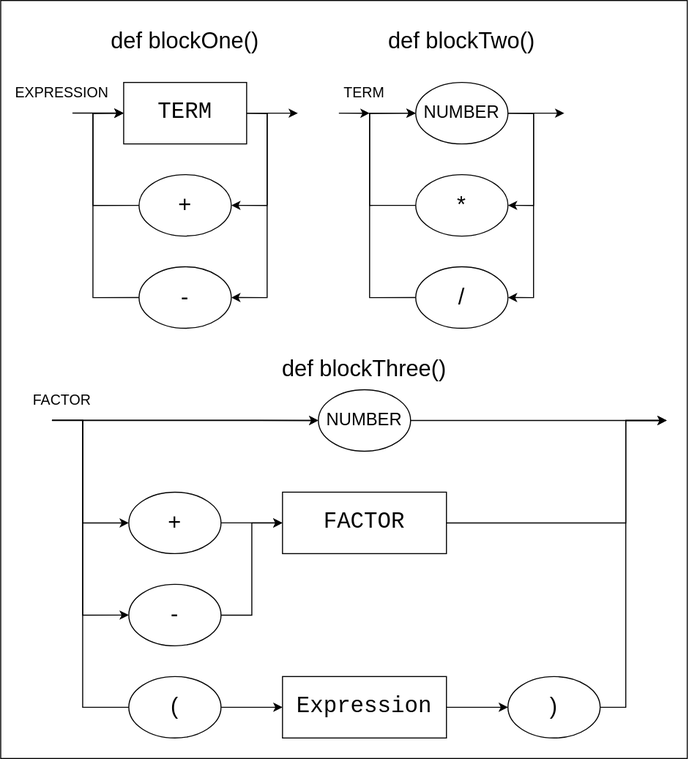
This is diagrama-sintatico.drawio.svg from HenryRocha/logcomp-compilador, a draw.io export, as it was before one commit. Source tidied: cells renumbered, new cells last; positions are measured from the earlier drawing's top-left corner, leaving out a move shared by most shapes.
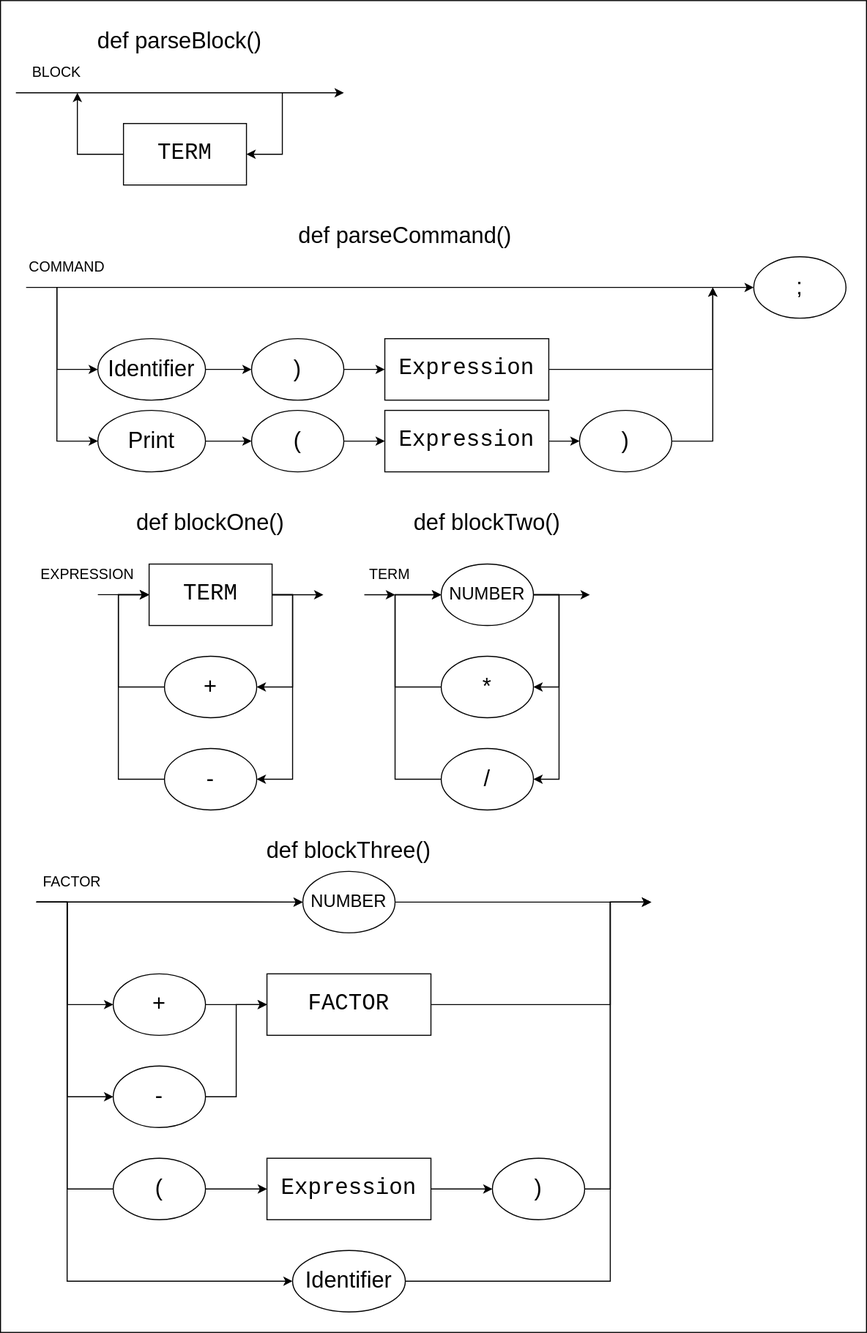
After the change.

Diff of the diagram source:
```diff
@@ -2,9 +2,9 @@
   <root>
     <mxCell id="0" />
     <mxCell id="1" parent="0" />
-    <mxCell id="2" style="rounded=0;whiteSpace=wrap;html=1;" parent="1" vertex="1">
-      <mxGeometry width="670" height="740" as="geometry" />
-    </mxCell>
+    <mxCell id="45" style="rounded=0;whiteSpace=wrap;html=1;" parent="1" vertex="1">
+      <mxGeometry x="-25" y="-470" width="845" height="1300" as="geometry" />
+    </mxCell>
     <mxCell id="3" style="edgeStyle=orthogonalEdgeStyle;rounded=0;jettySize=auto;html=1;entryX=1;entryY=0.5;entryDx=0;entryDy=0;exitX=1;exitY=0.5;exitDx=0;exitDy=0;" parent="1" edge="1" source="6" target="8">
       <mxGeometry relative="1" as="geometry" />
     </mxCell>
@@ -116,103 +116,229 @@
       <mxGeometry relative="1" as="geometry" />
     </mxCell>
     <mxCell id="25" value="&lt;font style=&quot;font-size: 22px&quot;&gt;+&lt;/font&gt;" style="ellipse;whiteSpace=wrap;html=1;" parent="1" vertex="1">
-      <mxGeometry x="125" y="480" width="90" height="60" as="geometry" />
+      <mxGeometry x="85" y="480" width="90" height="60" as="geometry" />
     </mxCell>
     <mxCell id="26" style="edgeStyle=orthogonalEdgeStyle;rounded=0;jettySize=auto;html=1;entryX=0;entryY=0.5;entryDx=0;entryDy=0;" parent="1" edge="1" source="27" target="33">
       <mxGeometry relative="1" as="geometry" />
     </mxCell>
     <mxCell id="27" value="&lt;font style=&quot;font-size: 22px&quot;&gt;-&lt;/font&gt;" style="ellipse;whiteSpace=wrap;html=1;" parent="1" vertex="1">
-      <mxGeometry x="125" y="570" width="90" height="60" as="geometry" />
+      <mxGeometry x="85" y="570" width="90" height="60" as="geometry" />
     </mxCell>
     <mxCell id="28" style="edgeStyle=orthogonalEdgeStyle;rounded=0;jettySize=auto;html=1;" parent="1" edge="1" source="29">
       <mxGeometry relative="1" as="geometry">
-        <mxPoint x="650" y="410" as="targetPoint" />
+        <mxPoint x="610" y="410" as="targetPoint" />
       </mxGeometry>
     </mxCell>
     <mxCell id="29" value="&lt;font style=&quot;font-size: 17px&quot;&gt;NUMBER&lt;/font&gt;" style="ellipse;whiteSpace=wrap;html=1;" parent="1" vertex="1">
-      <mxGeometry x="310" y="380" width="90" height="60" as="geometry" />
+      <mxGeometry x="270" y="380" width="90" height="60" as="geometry" />
     </mxCell>
     <mxCell id="30" style="edgeStyle=orthogonalEdgeStyle;rounded=0;jettySize=auto;html=1;entryX=0;entryY=0.5;entryDx=0;entryDy=0;" parent="1" edge="1" source="31" target="35">
       <mxGeometry relative="1" as="geometry" />
     </mxCell>
     <mxCell id="31" value="&lt;font style=&quot;font-size: 22px&quot;&gt;(&lt;/font&gt;" style="ellipse;whiteSpace=wrap;html=1;" parent="1" vertex="1">
-      <mxGeometry x="125" y="660" width="90" height="60" as="geometry" />
+      <mxGeometry x="85" y="660" width="90" height="60" as="geometry" />
     </mxCell>
     <mxCell id="32" style="edgeStyle=orthogonalEdgeStyle;rounded=0;jettySize=auto;html=1;" parent="1" edge="1" source="33">
       <mxGeometry relative="1" as="geometry">
-        <mxPoint x="650" y="410" as="targetPoint" />
+        <mxPoint x="610" y="410" as="targetPoint" />
         <Array as="points">
-          <mxPoint x="610" y="510" />
-          <mxPoint x="610" y="410" />
+          <mxPoint x="570" y="510" />
+          <mxPoint x="570" y="410" />
         </Array>
       </mxGeometry>
     </mxCell>
     <mxCell id="33" value="&lt;font face=&quot;Courier New&quot; style=&quot;font-size: 22px&quot;&gt;FACTOR&lt;/font&gt;" style="rounded=0;whiteSpace=wrap;html=1;" parent="1" vertex="1">
-      <mxGeometry x="275" y="480" width="160" height="60" as="geometry" />
+      <mxGeometry x="235" y="480" width="160" height="60" as="geometry" />
     </mxCell>
     <mxCell id="34" style="edgeStyle=orthogonalEdgeStyle;rounded=0;jettySize=auto;html=1;entryX=0;entryY=0.5;entryDx=0;entryDy=0;" parent="1" edge="1" source="35" target="37">
       <mxGeometry relative="1" as="geometry" />
     </mxCell>
     <mxCell id="35" value="&lt;font face=&quot;Courier New&quot; style=&quot;font-size: 22px&quot;&gt;Expression&lt;/font&gt;" style="rounded=0;whiteSpace=wrap;html=1;" parent="1" vertex="1">
-      <mxGeometry x="275" y="660" width="160" height="60" as="geometry" />
+      <mxGeometry x="235" y="660" width="160" height="60" as="geometry" />
     </mxCell>
     <mxCell id="36" style="edgeStyle=orthogonalEdgeStyle;rounded=0;jettySize=auto;html=1;" parent="1" edge="1" source="37">
       <mxGeometry relative="1" as="geometry">
-        <mxPoint x="650" y="410" as="targetPoint" />
+        <mxPoint x="610" y="410" as="targetPoint" />
         <Array as="points">
-          <mxPoint x="610" y="690" />
-          <mxPoint x="610" y="410" />
+          <mxPoint x="570" y="690" />
+          <mxPoint x="570" y="410" />
         </Array>
       </mxGeometry>
     </mxCell>
     <mxCell id="37" value="&lt;font style=&quot;font-size: 22px&quot;&gt;)&lt;/font&gt;" style="ellipse;whiteSpace=wrap;html=1;" parent="1" vertex="1">
-      <mxGeometry x="495" y="660" width="90" height="60" as="geometry" />
+      <mxGeometry x="455" y="660" width="90" height="60" as="geometry" />
     </mxCell>
     <mxCell id="38" style="edgeStyle=orthogonalEdgeStyle;rounded=0;jettySize=auto;html=1;entryX=0;entryY=0.5;entryDx=0;entryDy=0;exitX=0;exitY=0.5;exitDx=0;exitDy=0;" parent="1" edge="1" target="29">
       <mxGeometry relative="1" as="geometry">
-        <mxPoint x="125" y="690" as="sourcePoint" />
+        <mxPoint x="85" y="690" as="sourcePoint" />
         <Array as="points">
-          <mxPoint x="80" y="690" />
-          <mxPoint x="80" y="410" />
+          <mxPoint x="40" y="690" />
+          <mxPoint x="40" y="410" />
         </Array>
       </mxGeometry>
     </mxCell>
     <mxCell id="39" style="edgeStyle=orthogonalEdgeStyle;rounded=0;orthogonalLoop=1;jettySize=auto;html=1;" parent="1" edge="1">
       <mxGeometry relative="1" as="geometry">
-        <mxPoint x="50" y="409.8" as="sourcePoint" />
-        <mxPoint x="310" y="410" as="targetPoint" />
+        <mxPoint x="10" y="409.8" as="sourcePoint" />
+        <mxPoint x="270" y="410" as="targetPoint" />
         <Array as="points">
-          <mxPoint x="250" y="410" />
-          <mxPoint x="250" y="410" />
+          <mxPoint x="210" y="410" />
+          <mxPoint x="210" y="410" />
         </Array>
       </mxGeometry>
     </mxCell>
     <mxCell id="40" style="edgeStyle=orthogonalEdgeStyle;rounded=0;jettySize=auto;html=1;entryX=0;entryY=0.5;entryDx=0;entryDy=0;" parent="1" edge="1" target="25">
       <mxGeometry relative="1" as="geometry">
-        <mxPoint x="50" y="409.8" as="sourcePoint" />
+        <mxPoint x="10" y="409.8" as="sourcePoint" />
         <Array as="points">
-          <mxPoint x="80" y="410" />
-          <mxPoint x="80" y="510" />
+          <mxPoint x="40" y="410" />
+          <mxPoint x="40" y="510" />
         </Array>
       </mxGeometry>
     </mxCell>
     <mxCell id="41" style="edgeStyle=orthogonalEdgeStyle;rounded=0;jettySize=auto;html=1;entryX=0;entryY=0.5;entryDx=0;entryDy=0;" parent="1" edge="1" target="27">
       <mxGeometry relative="1" as="geometry">
-        <mxPoint x="50" y="410" as="sourcePoint" />
+        <mxPoint x="10" y="410" as="sourcePoint" />
         <Array as="points">
-          <mxPoint x="80" y="410" />
-          <mxPoint x="80" y="600" />
+          <mxPoint x="40" y="410" />
+          <mxPoint x="40" y="600" />
         </Array>
       </mxGeometry>
     </mxCell>
     <mxCell id="42" value="&lt;font style=&quot;font-size: 14px&quot;&gt;FACTOR&lt;/font&gt;" style="text;html=1;strokeColor=none;fillColor=none;align=center;verticalAlign=middle;whiteSpace=wrap;rounded=0;" parent="1" vertex="1">
-      <mxGeometry x="10" y="380" width="100" height="20" as="geometry" />
+      <mxGeometry x="-5" y="380" width="100" height="20" as="geometry" />
     </mxCell>
     <mxCell id="43" value="&lt;font style=&quot;font-size: 14px&quot;&gt;TERM&lt;/font&gt;" style="text;html=1;strokeColor=none;fillColor=none;align=center;verticalAlign=middle;whiteSpace=wrap;rounded=0;" parent="1" vertex="1">
       <mxGeometry x="305" y="80" width="100" height="20" as="geometry" />
     </mxCell>
     <mxCell id="44" value="&lt;span style=&quot;font-size: 22px&quot;&gt;def blockThree()&lt;/span&gt;" style="text;html=1;strokeColor=none;fillColor=none;align=center;verticalAlign=middle;whiteSpace=wrap;rounded=0;" parent="1" vertex="1">
-      <mxGeometry x="245" y="350" width="220" height="20" as="geometry" />
+      <mxGeometry x="205" y="350" width="220" height="20" as="geometry" />
     </mxCell>
+    <mxCell id="46" style="endArrow=classic;html=1;rounded=0;" parent="1" edge="1" target="48">
+      <mxGeometry relative="1" as="geometry">
+        <mxPoint x="10" y="410" as="sourcePoint" />
+        <Array as="points">
+          <mxPoint x="40" y="410" />
+          <mxPoint x="40" y="780" />
+        </Array>
+      </mxGeometry>
+    </mxCell>
+    <mxCell id="47" style="edgeStyle=orthogonalEdgeStyle;rounded=0;jettySize=auto;html=1;" parent="1" edge="1" source="48">
+      <mxGeometry relative="1" as="geometry">
+        <mxPoint x="610" y="410" as="targetPoint" />
+        <Array as="points">
+          <mxPoint x="570" y="780" />
+          <mxPoint x="570" y="410" />
+        </Array>
+      </mxGeometry>
+    </mxCell>
+    <mxCell id="48" value="&lt;font style=&quot;font-size: 22px&quot;&gt;Identifier&lt;/font&gt;" style="ellipse;whiteSpace=wrap;html=1;" parent="1" vertex="1">
+      <mxGeometry x="260" y="750" width="110" height="60" as="geometry" />
+    </mxCell>
+    <mxCell id="49" style="edgeStyle=orthogonalEdgeStyle;rounded=0;jettySize=auto;html=1;" parent="1" edge="1" source="50">
+      <mxGeometry relative="1" as="geometry">
+        <mxPoint x="50" y="-380" as="targetPoint" />
+      </mxGeometry>
+    </mxCell>
+    <mxCell id="50" value="&lt;font face=&quot;Courier New&quot; style=&quot;font-size: 22px&quot;&gt;TERM&lt;/font&gt;" style="rounded=0;whiteSpace=wrap;html=1;" parent="1" vertex="1">
+      <mxGeometry x="95" y="-350" width="120" height="60" as="geometry" />
+    </mxCell>
+    <mxCell id="51" value="&lt;span style=&quot;font-size: 22px&quot;&gt;def parseBlock()&lt;/span&gt;" style="text;html=1;strokeColor=none;fillColor=none;align=center;verticalAlign=middle;whiteSpace=wrap;rounded=0;" parent="1" vertex="1">
+      <mxGeometry x="40" y="-440" width="220" height="20" as="geometry" />
+    </mxCell>
+    <mxCell id="52" style="endArrow=classic;html=1;" parent="1" edge="1">
+      <mxGeometry relative="1" as="geometry">
+        <mxPoint x="-10" y="-380" as="sourcePoint" />
+        <mxPoint x="310" y="-380" as="targetPoint" />
+      </mxGeometry>
+    </mxCell>
+    <mxCell id="53" value="&lt;span style=&quot;font-size: 14px&quot;&gt;BLOCK&lt;/span&gt;" style="text;html=1;strokeColor=none;fillColor=none;align=center;verticalAlign=middle;whiteSpace=wrap;rounded=0;" parent="1" vertex="1">
+      <mxGeometry x="-20" y="-410" width="100" height="20" as="geometry" />
+    </mxCell>
+    <mxCell id="54" style="endArrow=classic;html=1;entryX=1;entryY=0.5;entryDx=0;entryDy=0;rounded=0;" parent="1" edge="1" target="50">
+      <mxGeometry relative="1" as="geometry">
+        <mxPoint x="250" y="-380" as="sourcePoint" />
+        <Array as="points">
+          <mxPoint x="250" y="-320" />
+        </Array>
+      </mxGeometry>
+    </mxCell>
+    <mxCell id="55" style="edgeStyle=orthogonalEdgeStyle;rounded=0;jettySize=auto;html=1;entryX=0;entryY=0.5;entryDx=0;entryDy=0;" parent="1" edge="1" source="56" target="67">
+      <mxGeometry relative="1" as="geometry" />
+    </mxCell>
+    <mxCell id="56" value="&lt;font style=&quot;font-size: 22px&quot;&gt;Identifier&lt;/font&gt;" style="ellipse;whiteSpace=wrap;html=1;" parent="1" vertex="1">
+      <mxGeometry x="70" y="-140" width="105" height="60" as="geometry" />
+    </mxCell>
+    <mxCell id="57" style="edgeStyle=orthogonalEdgeStyle;rounded=0;jettySize=auto;html=1;" parent="1" edge="1" source="58">
+      <mxGeometry relative="1" as="geometry">
+        <mxPoint x="670" y="-190" as="targetPoint" />
+      </mxGeometry>
+    </mxCell>
+    <mxCell id="58" value="&lt;font face=&quot;Courier New&quot; style=&quot;font-size: 22px&quot;&gt;Expression&lt;/font&gt;" style="rounded=0;whiteSpace=wrap;html=1;" parent="1" vertex="1">
+      <mxGeometry x="350" y="-140" width="160" height="60" as="geometry" />
+    </mxCell>
+    <mxCell id="59" value="&lt;span style=&quot;font-size: 22px&quot;&gt;def parseCommand()&lt;/span&gt;" style="text;html=1;strokeColor=none;fillColor=none;align=center;verticalAlign=middle;whiteSpace=wrap;rounded=0;" parent="1" vertex="1">
+      <mxGeometry x="260" y="-250" width="220" height="20" as="geometry" />
+    </mxCell>
+    <mxCell id="60" style="edgeStyle=orthogonalEdgeStyle;rounded=0;jettySize=auto;html=1;entryX=0;entryY=0.5;entryDx=0;entryDy=0;" parent="1" edge="1" source="61" target="69">
+      <mxGeometry relative="1" as="geometry" />
+    </mxCell>
+    <mxCell id="61" value="&lt;span style=&quot;font-size: 22px&quot;&gt;Print&lt;/span&gt;" style="ellipse;whiteSpace=wrap;html=1;" parent="1" vertex="1">
+      <mxGeometry x="70" y="-70" width="105" height="60" as="geometry" />
+    </mxCell>
+    <mxCell id="62" style="edgeStyle=orthogonalEdgeStyle;rounded=0;jettySize=auto;html=1;entryX=0;entryY=0.5;entryDx=0;entryDy=0;" parent="1" edge="1" source="63" target="65">
+      <mxGeometry relative="1" as="geometry" />
+    </mxCell>
+    <mxCell id="63" value="&lt;font face=&quot;Courier New&quot; style=&quot;font-size: 22px&quot;&gt;Expression&lt;/font&gt;" style="rounded=0;whiteSpace=wrap;html=1;" parent="1" vertex="1">
+      <mxGeometry x="350" y="-70" width="160" height="60" as="geometry" />
+    </mxCell>
+    <mxCell id="64" style="edgeStyle=orthogonalEdgeStyle;rounded=0;jettySize=auto;html=1;" parent="1" edge="1" source="65">
+      <mxGeometry relative="1" as="geometry">
+        <mxPoint x="670" y="-190" as="targetPoint" />
+      </mxGeometry>
+    </mxCell>
+    <mxCell id="65" value="&lt;font style=&quot;font-size: 22px&quot;&gt;)&lt;/font&gt;" style="ellipse;whiteSpace=wrap;html=1;" parent="1" vertex="1">
+      <mxGeometry x="540" y="-70" width="90" height="60" as="geometry" />
+    </mxCell>
+    <mxCell id="66" style="edgeStyle=orthogonalEdgeStyle;rounded=0;jettySize=auto;html=1;entryX=0;entryY=0.5;entryDx=0;entryDy=0;" parent="1" edge="1" source="67" target="58">
+      <mxGeometry relative="1" as="geometry" />
+    </mxCell>
+    <mxCell id="67" value="&lt;font style=&quot;font-size: 22px&quot;&gt;)&lt;/font&gt;" style="ellipse;whiteSpace=wrap;html=1;" parent="1" vertex="1">
+      <mxGeometry x="220" y="-140" width="90" height="60" as="geometry" />
+    </mxCell>
+    <mxCell id="68" style="edgeStyle=orthogonalEdgeStyle;rounded=0;jettySize=auto;html=1;entryX=0;entryY=0.5;entryDx=0;entryDy=0;" parent="1" edge="1" source="69" target="63">
+      <mxGeometry relative="1" as="geometry" />
+    </mxCell>
+    <mxCell id="69" value="&lt;font style=&quot;font-size: 22px&quot;&gt;(&lt;/font&gt;" style="ellipse;whiteSpace=wrap;html=1;" parent="1" vertex="1">
+      <mxGeometry x="220" y="-70" width="90" height="60" as="geometry" />
+    </mxCell>
+    <mxCell id="70" style="endArrow=classic;html=1;" parent="1" edge="1">
+      <mxGeometry relative="1" as="geometry">
+        <mxPoint y="-190" as="sourcePoint" />
+        <mxPoint x="710" y="-190" as="targetPoint" />
+      </mxGeometry>
+    </mxCell>
+    <mxCell id="71" value="&lt;font style=&quot;font-size: 22px&quot;&gt;;&lt;/font&gt;" style="ellipse;whiteSpace=wrap;html=1;" parent="1" vertex="1">
+      <mxGeometry x="710" y="-220" width="90" height="60" as="geometry" />
+    </mxCell>
+    <mxCell id="72" style="endArrow=classic;html=1;entryX=0;entryY=0.5;entryDx=0;entryDy=0;rounded=0;" parent="1" edge="1" target="56">
+      <mxGeometry relative="1" as="geometry">
+        <mxPoint x="30" y="-190" as="sourcePoint" />
+        <Array as="points">
+          <mxPoint x="30" y="-110" />
+        </Array>
+      </mxGeometry>
+    </mxCell>
+    <mxCell id="73" style="endArrow=classic;html=1;entryX=0;entryY=0.5;entryDx=0;entryDy=0;rounded=0;" parent="1" edge="1" target="61">
+      <mxGeometry relative="1" as="geometry">
+        <mxPoint x="30" y="-190" as="sourcePoint" />
+        <Array as="points">
+          <mxPoint x="30" y="-40" />
+        </Array>
+      </mxGeometry>
+    </mxCell>
+    <mxCell id="74" value="&lt;span style=&quot;font-size: 14px&quot;&gt;COMMAND&lt;/span&gt;" style="text;html=1;strokeColor=none;fillColor=none;align=center;verticalAlign=middle;whiteSpace=wrap;rounded=0;" parent="1" vertex="1">
+      <mxGeometry x="-10" y="-220" width="100" height="20" as="geometry" />
+    </mxCell>
   </root>
 </mxGraphModel>
```
